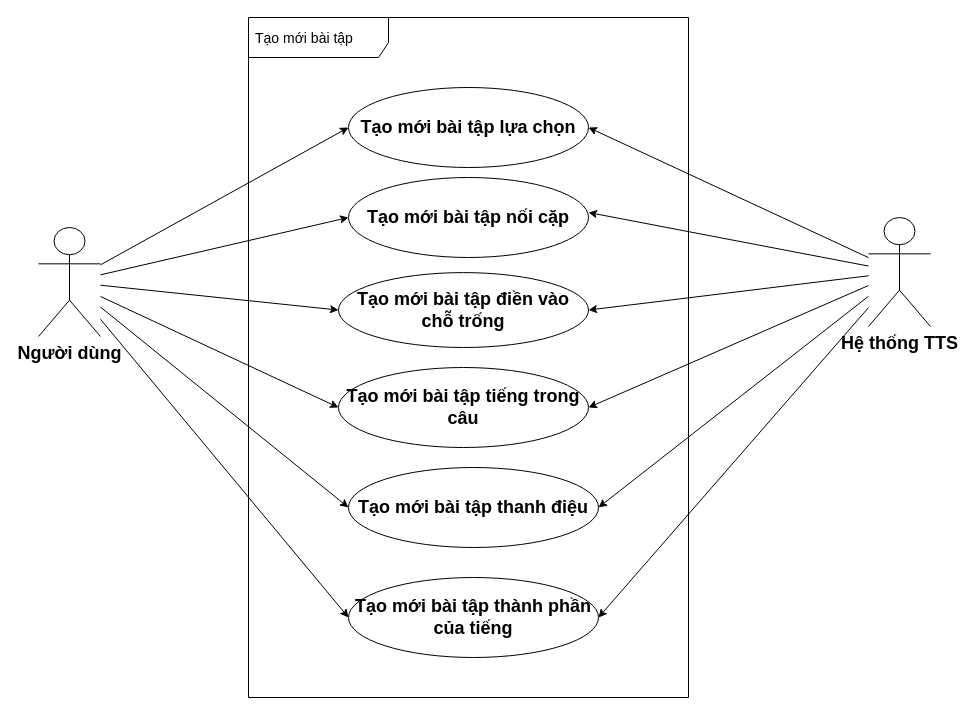
Above: page "Page-5" (5 of 27) of src/Untitled Diagram.drawio in Thuong911/vietStudy (draw.io), before the change. Source tidied: cells renumbered, new cells numbered last; positions are measured from the earlier drawing's top-left corner, leaving out a move shared by most shapes. Both pictures are drawn from the tidied source at 100%, with x=0, y=0 at pixel (38, 17).
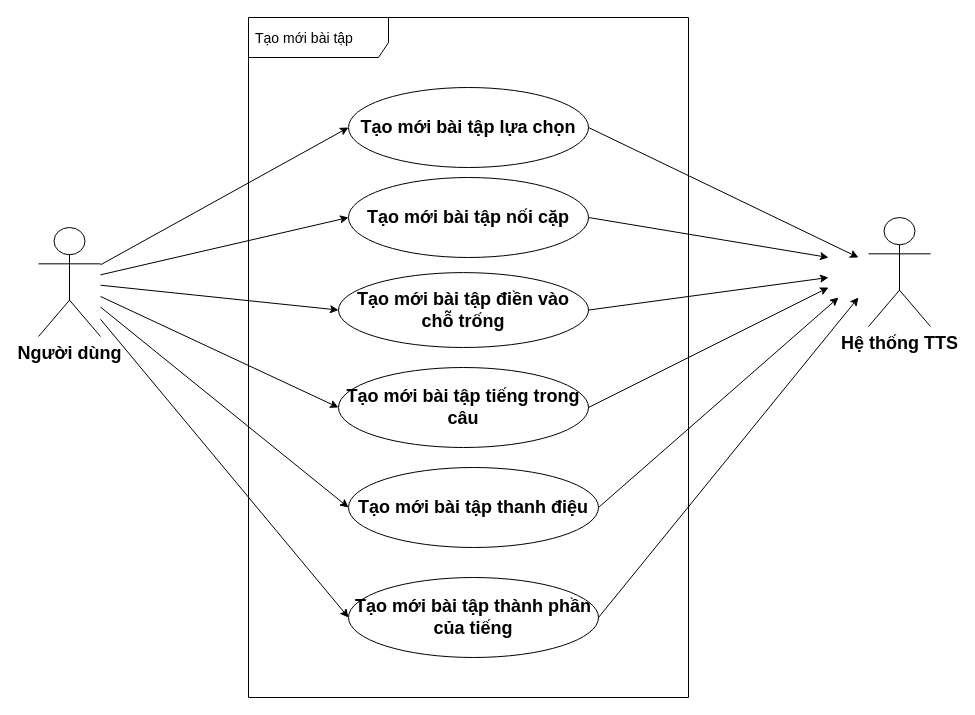
The same diagram, later.

Unchanged cells that the change refers to:
```xml
<mxCell id="5" value="Tạo mới bài tập nối cặp" style="ellipse;whiteSpace=wrap;html=1;fontSize=18;fontStyle=1;" parent="1" vertex="1">
  <mxGeometry x="310" y="160" width="240" height="80" as="geometry" />
</mxCell>
<mxCell id="7" value="Tạo mới bài tập lựa chọn" style="ellipse;whiteSpace=wrap;html=1;fontSize=18;fontStyle=1;" parent="1" vertex="1">
  <mxGeometry x="310" y="70" width="240" height="80" as="geometry" />
</mxCell>
<mxCell id="9" value="Tạo mới bài tập điền vào chỗ trống" style="ellipse;whiteSpace=wrap;html=1;fontSize=18;fontStyle=1;" parent="1" vertex="1">
  <mxGeometry x="300" y="255.1" width="250" height="74.9" as="geometry" />
</mxCell>
<mxCell id="10" value="Hệ thống TTS" style="shape=umlActor;verticalLabelPosition=bottom;verticalAlign=top;html=1;fontSize=18;fontStyle=1;" parent="1" vertex="1">
  <mxGeometry x="830" y="200" width="62" height="109" as="geometry" />
</mxCell>
<mxCell id="12" value="Tạo mới bài tập tiếng trong câu" style="ellipse;whiteSpace=wrap;html=1;fontSize=18;fontStyle=1;" parent="1" vertex="1">
  <mxGeometry x="300" y="350" width="250" height="80" as="geometry" />
</mxCell>
<mxCell id="15" value="Tạo mới bài tập thanh điệu" style="ellipse;whiteSpace=wrap;html=1;fontSize=18;fontStyle=1;" parent="1" vertex="1">
  <mxGeometry x="310" y="450" width="250" height="80" as="geometry" />
</mxCell>
<mxCell id="16" value="Tạo mới bài tập thành phần của tiếng" style="ellipse;whiteSpace=wrap;html=1;fontSize=18;fontStyle=1;" parent="1" vertex="1">
  <mxGeometry x="310" y="560" width="250" height="80" as="geometry" />
</mxCell>
```

The edit, as a diff of the source:
```diff
@@
-    <mxCell id="11" style="endArrow=classic;html=1;fontSize=18;fontStyle=1;" parent="1" edge="1" source="10">
-      <mxGeometry relative="1" as="geometry">
-        <mxPoint x="550" y="195" as="targetPoint" />
-      </mxGeometry>
-    </mxCell>
@@
-    <mxCell id="14" style="endArrow=classic;html=1;fontSize=18;entryX=1;entryY=0.5;entryDx=0;entryDy=0;" parent="1" edge="1" source="10" target="9">
-      <mxGeometry relative="1" as="geometry" />
-    </mxCell>
@@
-    <mxCell id="17" style="endArrow=classic;html=1;fontSize=18;entryX=1;entryY=0.5;entryDx=0;entryDy=0;" parent="1" edge="1" source="10" target="15">
-      <mxGeometry relative="1" as="geometry" />
-    </mxCell>
@@
-    <mxCell id="20" style="endArrow=classic;html=1;fontSize=18;entryX=1;entryY=0.5;entryDx=0;entryDy=0;" parent="1" edge="1" source="10" target="16">
-      <mxGeometry relative="1" as="geometry" />
-    </mxCell>
-    <mxCell id="21" style="endArrow=classic;html=1;fontSize=18;" parent="1" edge="1" source="10">
-      <mxGeometry relative="1" as="geometry">
-        <mxPoint x="550" y="110" as="targetPoint" />
-      </mxGeometry>
-    </mxCell>
-    <mxCell id="22" style="endArrow=classic;html=1;fontSize=18;entryX=1;entryY=0.5;entryDx=0;entryDy=0;" parent="1" edge="1" source="10" target="12">
-      <mxGeometry relative="1" as="geometry" />
-    </mxCell>
+    <mxCell id="23" style="endArrow=classic;html=1;exitX=1;exitY=0.5;exitDx=0;exitDy=0;" parent="1" edge="1" source="7">
+      <mxGeometry relative="1" as="geometry">
+        <mxPoint x="820" y="240" as="targetPoint" />
+      </mxGeometry>
+    </mxCell>
+    <mxCell id="24" style="endArrow=classic;html=1;exitX=1;exitY=0.5;exitDx=0;exitDy=0;" parent="1" edge="1" source="5">
+      <mxGeometry relative="1" as="geometry">
+        <mxPoint x="790" y="240" as="targetPoint" />
+      </mxGeometry>
+    </mxCell>
+    <mxCell id="25" style="endArrow=classic;html=1;exitX=1;exitY=0.5;exitDx=0;exitDy=0;" parent="1" edge="1" source="9">
+      <mxGeometry relative="1" as="geometry">
+        <mxPoint x="790" y="260" as="targetPoint" />
+      </mxGeometry>
+    </mxCell>
+    <mxCell id="26" style="endArrow=classic;html=1;exitX=1;exitY=0.5;exitDx=0;exitDy=0;" parent="1" edge="1" source="12">
+      <mxGeometry relative="1" as="geometry">
+        <mxPoint x="790" y="270" as="targetPoint" />
+      </mxGeometry>
+    </mxCell>
+    <mxCell id="27" style="endArrow=classic;html=1;exitX=1;exitY=0.5;exitDx=0;exitDy=0;" parent="1" edge="1" source="16">
+      <mxGeometry relative="1" as="geometry">
+        <mxPoint x="820" y="280" as="targetPoint" />
+      </mxGeometry>
+    </mxCell>
+    <mxCell id="28" style="endArrow=classic;html=1;exitX=1;exitY=0.5;exitDx=0;exitDy=0;" parent="1" edge="1" source="15">
+      <mxGeometry relative="1" as="geometry">
+        <mxPoint x="800" y="280" as="targetPoint" />
+      </mxGeometry>
+    </mxCell>
```
